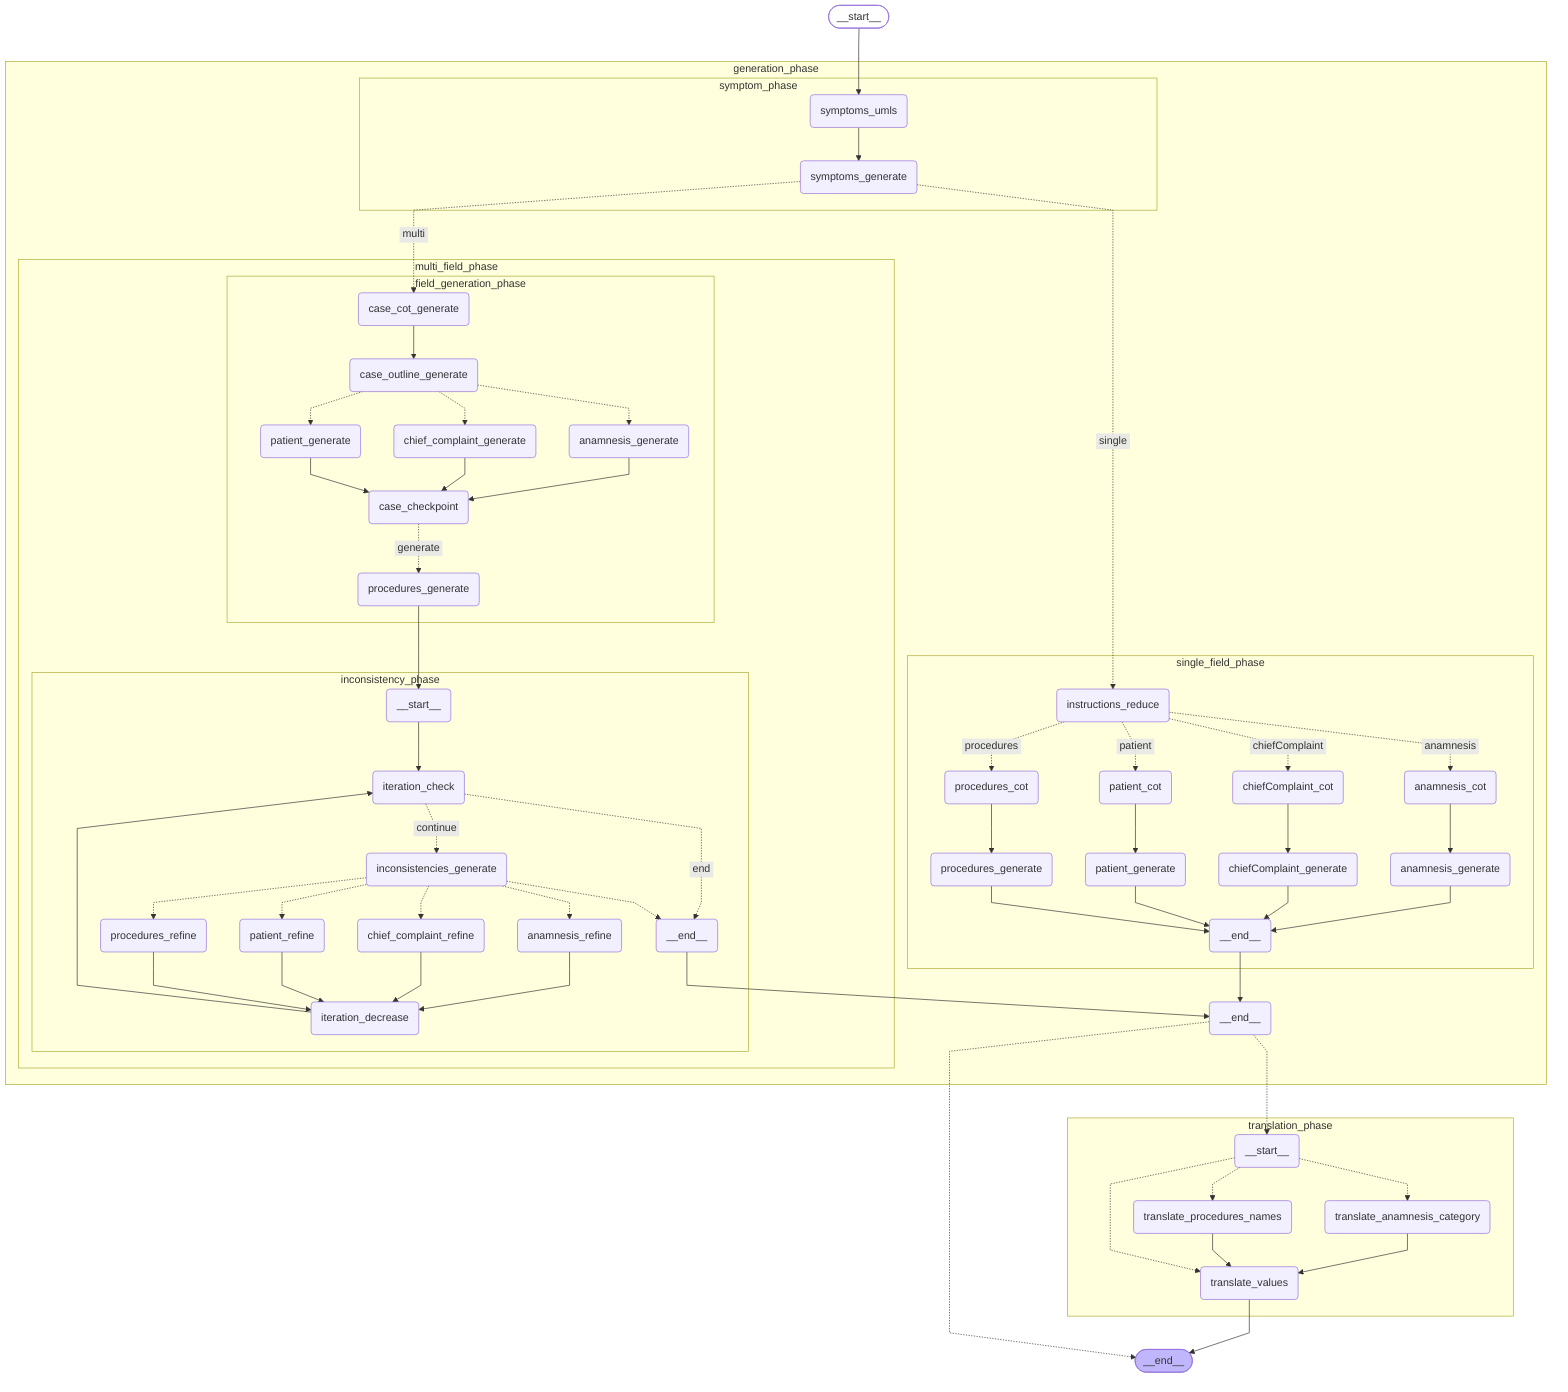
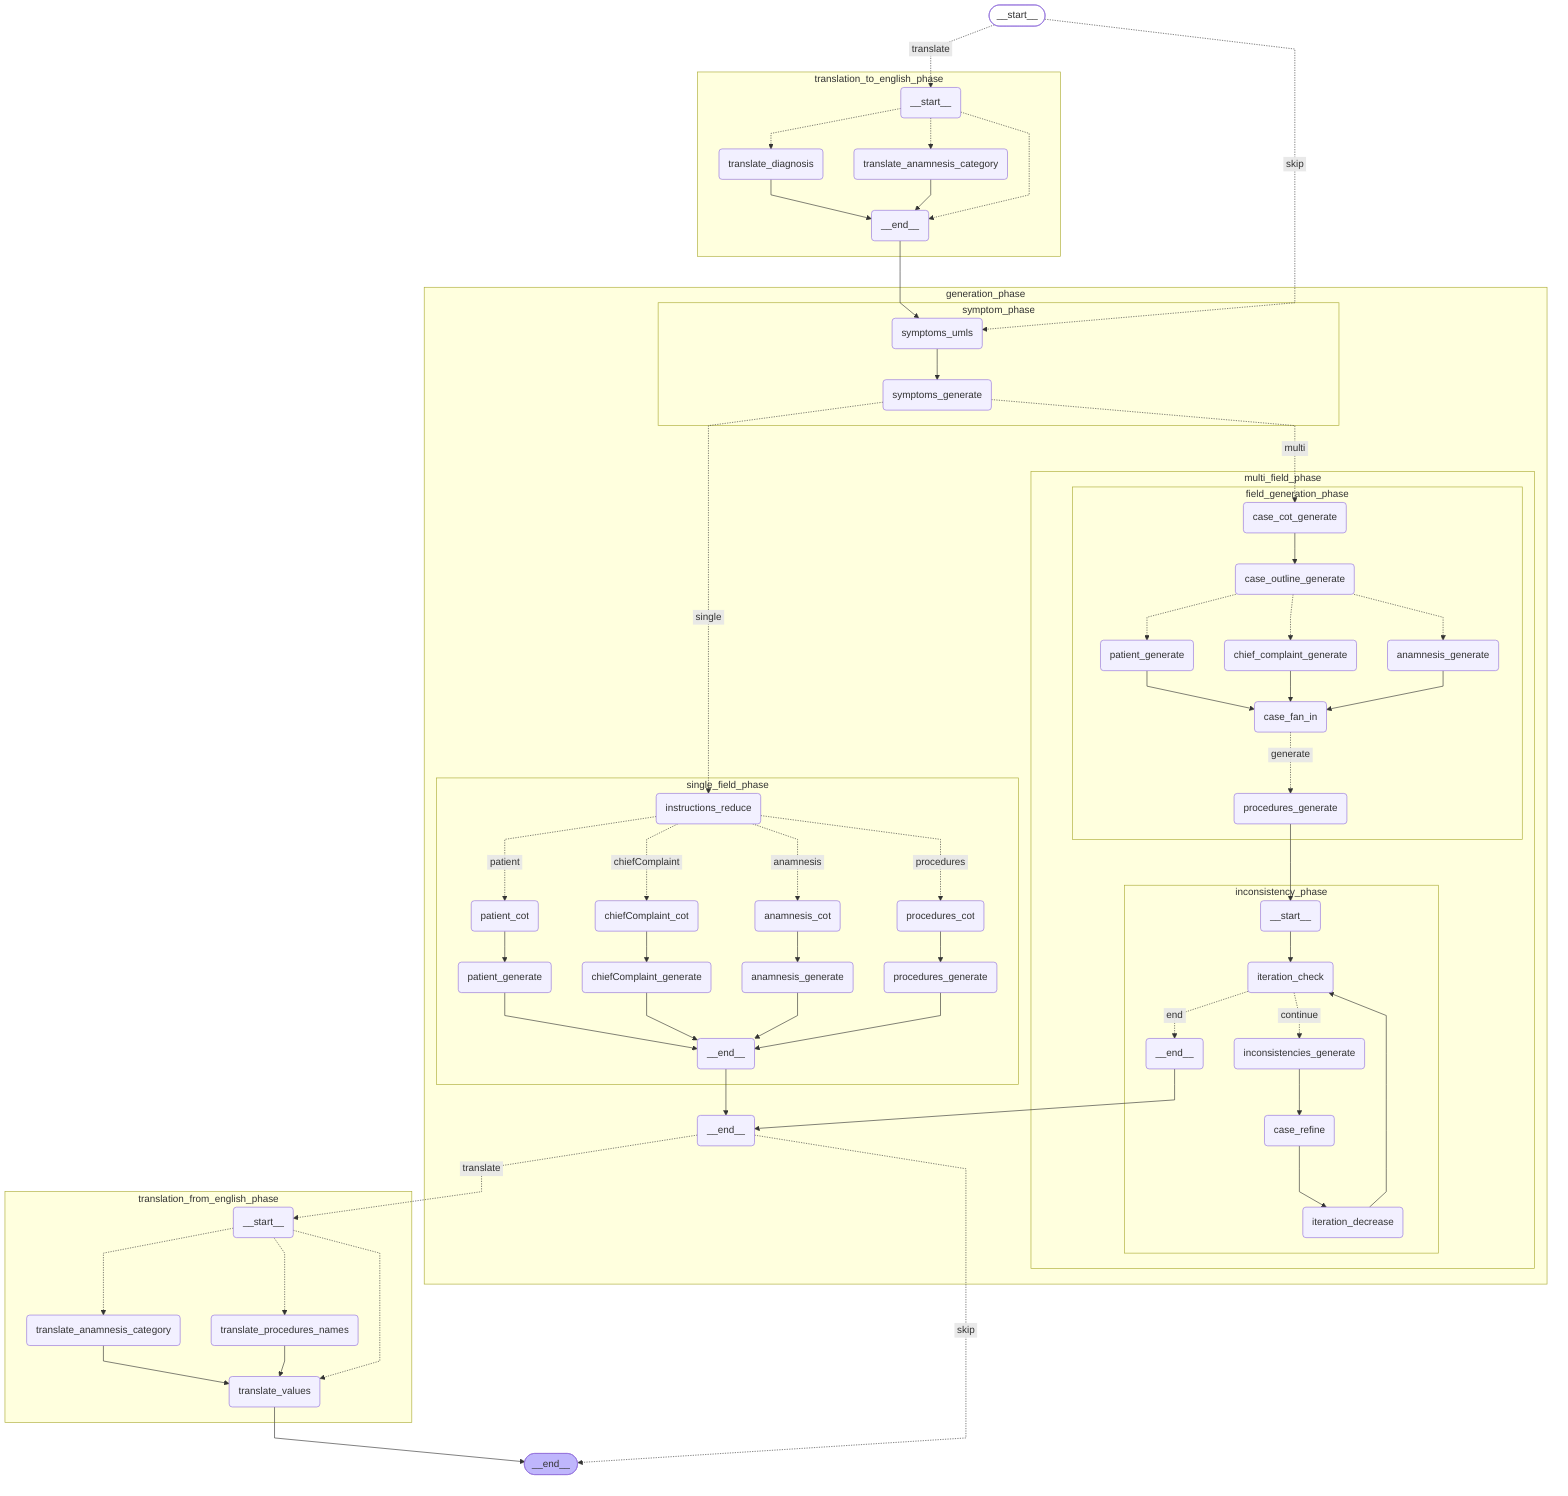
%%{init: {'flowchart': {'curve': 'linear'}}}%%
graph TD;
	__start__([<p>__start__</p>]):::first
+ 	translation_to_english_phase___start__(<p>__start__</p>)
+ 	translation_to_english_phase_translate_diagnosis(translate_diagnosis)
+ 	translation_to_english_phase_translate_anamnesis_category(translate_anamnesis_category)
+ 	translation_to_english_phase___end__(<p>__end__</p>)
	generation_phase_symptom_phase_symptoms_umls(symptoms_umls)
	generation_phase_symptom_phase_symptoms_generate(symptoms_generate)
	generation_phase_single_field_phase_instructions_reduce(instructions_reduce)
	generation_phase_single_field_phase_patient_cot(patient_cot)
	generation_phase_single_field_phase_patient_generate(patient_generate)
	generation_phase_single_field_phase_chiefComplaint_cot(chiefComplaint_cot)
	generation_phase_single_field_phase_chiefComplaint_generate(chiefComplaint_generate)
	generation_phase_single_field_phase_anamnesis_cot(anamnesis_cot)
	generation_phase_single_field_phase_anamnesis_generate(anamnesis_generate)
	generation_phase_single_field_phase_procedures_cot(procedures_cot)
	generation_phase_single_field_phase_procedures_generate(procedures_generate)
	generation_phase_single_field_phase___end__(<p>__end__</p>)
	generation_phase_multi_field_phase_field_generation_phase_case_cot_generate(case_cot_generate)
	generation_phase_multi_field_phase_field_generation_phase_case_outline_generate(case_outline_generate)
	generation_phase_multi_field_phase_field_generation_phase_patient_generate(patient_generate)
	generation_phase_multi_field_phase_field_generation_phase_chief_complaint_generate(chief_complaint_generate)
	generation_phase_multi_field_phase_field_generation_phase_anamnesis_generate(anamnesis_generate)
- 	generation_phase_multi_field_phase_field_generation_phase_case_checkpoint(case_checkpoint)
+ 	generation_phase_multi_field_phase_field_generation_phase_case_fan_in(case_fan_in)
	generation_phase_multi_field_phase_field_generation_phase_procedures_generate(procedures_generate)
	generation_phase_multi_field_phase_inconsistency_phase___start__(<p>__start__</p>)
	generation_phase_multi_field_phase_inconsistency_phase_iteration_check(iteration_check)
	generation_phase_multi_field_phase_inconsistency_phase_inconsistencies_generate(inconsistencies_generate)
- 	generation_phase_multi_field_phase_inconsistency_phase_patient_refine(patient_refine)
- 	generation_phase_multi_field_phase_inconsistency_phase_chief_complaint_refine(chief_complaint_refine)
- 	generation_phase_multi_field_phase_inconsistency_phase_anamnesis_refine(anamnesis_refine)
- 	generation_phase_multi_field_phase_inconsistency_phase_procedures_refine(procedures_refine)
+ 	generation_phase_multi_field_phase_inconsistency_phase_case_refine(case_refine)
	generation_phase_multi_field_phase_inconsistency_phase_iteration_decrease(iteration_decrease)
	generation_phase_multi_field_phase_inconsistency_phase___end__(<p>__end__</p>)
	generation_phase___end__(<p>__end__</p>)
- 	translation_phase___start__(<p>__start__</p>)
- 	translation_phase_translate_anamnesis_category(translate_anamnesis_category)
- 	translation_phase_translate_procedures_names(translate_procedures_names)
- 	translation_phase_translate_values(translate_values)
+ 	translation_from_english_phase___start__(<p>__start__</p>)
+ 	translation_from_english_phase_translate_anamnesis_category(translate_anamnesis_category)
+ 	translation_from_english_phase_translate_procedures_names(translate_procedures_names)
+ 	translation_from_english_phase_translate_values(translate_values)
	__end__([<p>__end__</p>]):::last
- 	__start__ --> generation_phase_symptom_phase_symptoms_umls;
- 	translation_phase_translate_values --> __end__;
- 	generation_phase___end__ -.-> translation_phase___start__;
- 	generation_phase___end__ -.-> __end__;
+ 	translation_from_english_phase_translate_values --> __end__;
+ 	translation_to_english_phase___end__ --> generation_phase_symptom_phase_symptoms_umls;
+ 	__start__ -. &nbsp;translate&nbsp; .-> translation_to_english_phase___start__;
+ 	__start__ -. &nbsp;skip&nbsp; .-> generation_phase_symptom_phase_symptoms_umls;
+ 	generation_phase___end__ -. &nbsp;translate&nbsp; .-> translation_from_english_phase___start__;
+ 	generation_phase___end__ -. &nbsp;skip&nbsp; .-> __end__;
+ 	subgraph translation_to_english_phase
+ 	translation_to_english_phase_translate_anamnesis_category --> translation_to_english_phase___end__;
+ 	translation_to_english_phase_translate_diagnosis --> translation_to_english_phase___end__;
+ 	translation_to_english_phase___start__ -.-> translation_to_english_phase_translate_diagnosis;
+ 	translation_to_english_phase___start__ -.-> translation_to_english_phase_translate_anamnesis_category;
+ 	translation_to_english_phase___start__ -.-> translation_to_english_phase___end__;
+ 	end
	subgraph generation_phase
	subgraph symptom_phase
	generation_phase_symptom_phase_symptoms_umls --> generation_phase_symptom_phase_symptoms_generate;
	end
	subgraph single_field_phase
	generation_phase_single_field_phase_anamnesis_cot --> generation_phase_single_field_phase_anamnesis_generate;
	generation_phase_single_field_phase_anamnesis_generate --> generation_phase_single_field_phase___end__;
	generation_phase_single_field_phase_chiefComplaint_cot --> generation_phase_single_field_phase_chiefComplaint_generate;
	generation_phase_single_field_phase_chiefComplaint_generate --> generation_phase_single_field_phase___end__;
	generation_phase_single_field_phase_patient_cot --> generation_phase_single_field_phase_patient_generate;
	generation_phase_single_field_phase_patient_generate --> generation_phase_single_field_phase___end__;
	generation_phase_single_field_phase_procedures_cot --> generation_phase_single_field_phase_procedures_generate;
	generation_phase_single_field_phase_procedures_generate --> generation_phase_single_field_phase___end__;
	generation_phase_single_field_phase_instructions_reduce -. &nbsp;patient&nbsp; .-> generation_phase_single_field_phase_patient_cot;
	generation_phase_single_field_phase_instructions_reduce -. &nbsp;chiefComplaint&nbsp; .-> generation_phase_single_field_phase_chiefComplaint_cot;
	generation_phase_single_field_phase_instructions_reduce -. &nbsp;anamnesis&nbsp; .-> generation_phase_single_field_phase_anamnesis_cot;
	generation_phase_single_field_phase_instructions_reduce -. &nbsp;procedures&nbsp; .-> generation_phase_single_field_phase_procedures_cot;
	end
	subgraph multi_field_phase
	subgraph field_generation_phase
- 	generation_phase_multi_field_phase_field_generation_phase_anamnesis_generate --> generation_phase_multi_field_phase_field_generation_phase_case_checkpoint;
+ 	generation_phase_multi_field_phase_field_generation_phase_anamnesis_generate --> generation_phase_multi_field_phase_field_generation_phase_case_fan_in;
	generation_phase_multi_field_phase_field_generation_phase_case_cot_generate --> generation_phase_multi_field_phase_field_generation_phase_case_outline_generate;
- 	generation_phase_multi_field_phase_field_generation_phase_chief_complaint_generate --> generation_phase_multi_field_phase_field_generation_phase_case_checkpoint;
- 	generation_phase_multi_field_phase_field_generation_phase_patient_generate --> generation_phase_multi_field_phase_field_generation_phase_case_checkpoint;
+ 	generation_phase_multi_field_phase_field_generation_phase_chief_complaint_generate --> generation_phase_multi_field_phase_field_generation_phase_case_fan_in;
+ 	generation_phase_multi_field_phase_field_generation_phase_patient_generate --> generation_phase_multi_field_phase_field_generation_phase_case_fan_in;
	generation_phase_multi_field_phase_field_generation_phase_case_outline_generate -.-> generation_phase_multi_field_phase_field_generation_phase_patient_generate;
	generation_phase_multi_field_phase_field_generation_phase_case_outline_generate -.-> generation_phase_multi_field_phase_field_generation_phase_chief_complaint_generate;
	generation_phase_multi_field_phase_field_generation_phase_case_outline_generate -.-> generation_phase_multi_field_phase_field_generation_phase_anamnesis_generate;
- 	generation_phase_multi_field_phase_field_generation_phase_case_checkpoint -. &nbsp;generate&nbsp; .-> generation_phase_multi_field_phase_field_generation_phase_procedures_generate;
+ 	generation_phase_multi_field_phase_field_generation_phase_case_fan_in -. &nbsp;generate&nbsp; .-> generation_phase_multi_field_phase_field_generation_phase_procedures_generate;
	end
	subgraph inconsistency_phase
	generation_phase_multi_field_phase_inconsistency_phase___start__ --> generation_phase_multi_field_phase_inconsistency_phase_iteration_check;
- 	generation_phase_multi_field_phase_inconsistency_phase_anamnesis_refine --> generation_phase_multi_field_phase_inconsistency_phase_iteration_decrease;
- 	generation_phase_multi_field_phase_inconsistency_phase_chief_complaint_refine --> generation_phase_multi_field_phase_inconsistency_phase_iteration_decrease;
+ 	generation_phase_multi_field_phase_inconsistency_phase_case_refine --> generation_phase_multi_field_phase_inconsistency_phase_iteration_decrease;
+ 	generation_phase_multi_field_phase_inconsistency_phase_inconsistencies_generate --> generation_phase_multi_field_phase_inconsistency_phase_case_refine;
	generation_phase_multi_field_phase_inconsistency_phase_iteration_decrease --> generation_phase_multi_field_phase_inconsistency_phase_iteration_check;
- 	generation_phase_multi_field_phase_inconsistency_phase_patient_refine --> generation_phase_multi_field_phase_inconsistency_phase_iteration_decrease;
- 	generation_phase_multi_field_phase_inconsistency_phase_procedures_refine --> generation_phase_multi_field_phase_inconsistency_phase_iteration_decrease;
	generation_phase_multi_field_phase_inconsistency_phase_iteration_check -. &nbsp;end&nbsp; .-> generation_phase_multi_field_phase_inconsistency_phase___end__;
	generation_phase_multi_field_phase_inconsistency_phase_iteration_check -. &nbsp;continue&nbsp; .-> generation_phase_multi_field_phase_inconsistency_phase_inconsistencies_generate;
- 	generation_phase_multi_field_phase_inconsistency_phase_inconsistencies_generate -.-> generation_phase_multi_field_phase_inconsistency_phase_patient_refine;
- 	generation_phase_multi_field_phase_inconsistency_phase_inconsistencies_generate -.-> generation_phase_multi_field_phase_inconsistency_phase_chief_complaint_refine;
- 	generation_phase_multi_field_phase_inconsistency_phase_inconsistencies_generate -.-> generation_phase_multi_field_phase_inconsistency_phase_anamnesis_refine;
- 	generation_phase_multi_field_phase_inconsistency_phase_inconsistencies_generate -.-> generation_phase_multi_field_phase_inconsistency_phase_procedures_refine;
- 	generation_phase_multi_field_phase_inconsistency_phase_inconsistencies_generate -.-> generation_phase_multi_field_phase_inconsistency_phase___end__;
	end
	generation_phase_multi_field_phase_field_generation_phase_procedures_generate --> generation_phase_multi_field_phase_inconsistency_phase___start__;
	end
	generation_phase_multi_field_phase_inconsistency_phase___end__ --> generation_phase___end__;
	generation_phase_single_field_phase___end__ --> generation_phase___end__;
	generation_phase_symptom_phase_symptoms_generate -. &nbsp;single&nbsp; .-> generation_phase_single_field_phase_instructions_reduce;
	generation_phase_symptom_phase_symptoms_generate -. &nbsp;multi&nbsp; .-> generation_phase_multi_field_phase_field_generation_phase_case_cot_generate;
	end
- 	subgraph translation_phase
- 	translation_phase_translate_anamnesis_category --> translation_phase_translate_values;
- 	translation_phase_translate_procedures_names --> translation_phase_translate_values;
- 	translation_phase___start__ -.-> translation_phase_translate_anamnesis_category;
- 	translation_phase___start__ -.-> translation_phase_translate_procedures_names;
- 	translation_phase___start__ -.-> translation_phase_translate_values;
+ 	subgraph translation_from_english_phase
+ 	translation_from_english_phase_translate_anamnesis_category --> translation_from_english_phase_translate_values;
+ 	translation_from_english_phase_translate_procedures_names --> translation_from_english_phase_translate_values;
+ 	translation_from_english_phase___start__ -.-> translation_from_english_phase_translate_anamnesis_category;
+ 	translation_from_english_phase___start__ -.-> translation_from_english_phase_translate_procedures_names;
+ 	translation_from_english_phase___start__ -.-> translation_from_english_phase_translate_values;
	end
	classDef default fill:#f2f0ff,line-height:1.2;
	classDef first fill-opacity:0;
	classDef last fill:#bfb6fc;
